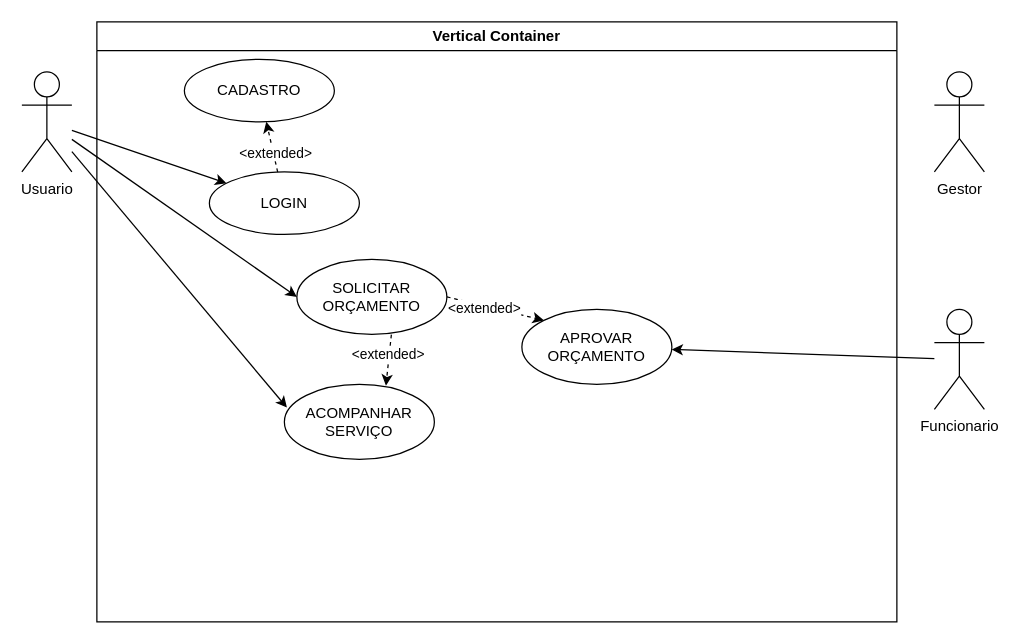
The draw.io diagram Diagrama sem nome.drawio in VyttorRamos/Projetos_ADS_CJO, before the edit. Source tidied: cells renumbered, new cells numbered last; positions are measured from the earlier drawing's top-left corner, leaving out a move shared by most shapes. Both pictures are drawn from the tidied source at 125%, with x=0, y=0 at pixel (21, 21).
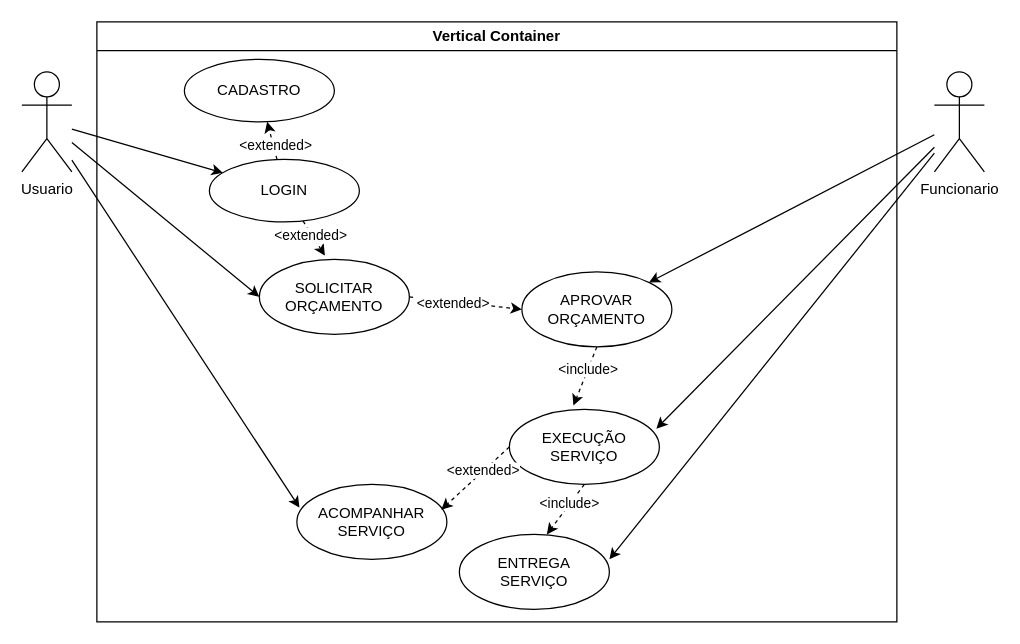
The same page after the edit.

Unchanged cells that the change refers to:
```xml
<mxCell id="2" value="Vertical Container" style="swimlane;whiteSpace=wrap;html=1;" parent="1" vertex="1">
  <mxGeometry x="60" width="640" height="480" as="geometry" />
</mxCell>
```

The edit, as a diff of the source:
```diff
@@
     <mxCell id="3" value="LOGIN" style="ellipse;whiteSpace=wrap;html=1;" parent="2" vertex="1">
-      <mxGeometry x="90" y="120" width="120" height="50" as="geometry" />
+      <mxGeometry x="90" y="110" width="120" height="50" as="geometry" />
     </mxCell>
@@
     <mxCell id="7" value="SOLICITAR&lt;div&gt;ORÇAMENTO&lt;/div&gt;" style="ellipse;whiteSpace=wrap;html=1;" parent="2" vertex="1">
-      <mxGeometry x="160" y="190" width="120" height="60" as="geometry" />
+      <mxGeometry x="130" y="190" width="120" height="60" as="geometry" />
     </mxCell>
     <mxCell id="8" value="ACOMPANHAR SERVIÇO" style="ellipse;whiteSpace=wrap;html=1;" parent="2" vertex="1">
-      <mxGeometry x="150" y="290" width="120" height="60" as="geometry" />
+      <mxGeometry x="160" y="370" width="120" height="60" as="geometry" />
     </mxCell>
     <mxCell id="9" value="APROVAR&lt;div&gt;ORÇAMENTO&lt;/div&gt;" style="ellipse;whiteSpace=wrap;html=1;" parent="2" vertex="1">
-      <mxGeometry x="340" y="230" width="120" height="60" as="geometry" />
+      <mxGeometry x="340" y="200" width="120" height="60" as="geometry" />
     </mxCell>
-    <mxCell id="10" style="endArrow=classic;html=1;rounded=0;dashed=1;exitX=1;exitY=0.5;exitDx=0;exitDy=0;entryX=0;entryY=0;entryDx=0;entryDy=0;" parent="2" edge="1" source="7" target="9">
+    <mxCell id="10" style="endArrow=classic;html=1;rounded=0;dashed=1;exitX=1;exitY=0.5;exitDx=0;exitDy=0;entryX=0;entryY=0.5;entryDx=0;entryDy=0;" parent="2" edge="1" source="7" target="9">
       <mxGeometry relative="1" as="geometry" />
     </mxCell>
@@
-    <mxCell id="12" style="endArrow=classic;html=1;rounded=0;dashed=1;exitX=0.63;exitY=1.003;exitDx=0;exitDy=0;entryX=0.677;entryY=0.017;entryDx=0;entryDy=0;entryPerimeter=0;exitPerimeter=0;" parent="2" edge="1" source="7" target="8">
+    <mxCell id="12" style="endArrow=classic;html=1;rounded=0;dashed=1;exitX=0.5;exitY=1;exitDx=0;exitDy=0;entryX=0.427;entryY=-0.05;entryDx=0;entryDy=0;entryPerimeter=0;" parent="2" edge="1" source="9" target="23">
       <mxGeometry relative="1" as="geometry" />
     </mxCell>
-    <mxCell id="13" value="&amp;lt;extended&amp;gt;" style="edgeLabel;html=1;align=center;verticalAlign=middle;" parent="12" vertex="1">
+    <mxCell id="13" value="&amp;lt;include&amp;gt;" style="edgeLabel;html=1;align=center;verticalAlign=middle;" parent="12" vertex="1">
       <mxGeometry x="-0.23" y="-1" relative="1" as="geometry" />
     </mxCell>
+    <mxCell id="21" style="endArrow=classic;html=1;rounded=0;dashed=1;entryX=0.437;entryY=-0.05;entryDx=0;entryDy=0;entryPerimeter=0;" parent="2" edge="1" source="3" target="7">
+      <mxGeometry relative="1" as="geometry" />
+    </mxCell>
+    <mxCell id="22" value="&amp;lt;extended&amp;gt;" style="edgeLabel;html=1;align=center;verticalAlign=middle;" parent="21" vertex="1">
+      <mxGeometry x="-0.23" y="-1" relative="1" as="geometry" />
+    </mxCell>
+    <mxCell id="23" value="EXECUÇÃO&lt;div&gt;SERVIÇO&lt;/div&gt;" style="ellipse;whiteSpace=wrap;html=1;" parent="2" vertex="1">
+      <mxGeometry x="330" y="310" width="120" height="60" as="geometry" />
+    </mxCell>
+    <mxCell id="24" style="endArrow=classic;html=1;rounded=0;dashed=1;exitX=0;exitY=0.5;exitDx=0;exitDy=0;entryX=0.963;entryY=0.337;entryDx=0;entryDy=0;entryPerimeter=0;" parent="2" edge="1" source="23" target="8">
+      <mxGeometry relative="1" as="geometry" />
+    </mxCell>
+    <mxCell id="25" value="&amp;lt;extended&amp;gt;" style="edgeLabel;html=1;align=center;verticalAlign=middle;" parent="24" vertex="1">
+      <mxGeometry x="-0.23" y="-1" relative="1" as="geometry" />
+    </mxCell>
+    <mxCell id="26" value="ENTREGA&lt;div&gt;SERVIÇO&lt;/div&gt;" style="ellipse;whiteSpace=wrap;html=1;" parent="2" vertex="1">
+      <mxGeometry x="290" y="410" width="120" height="60" as="geometry" />
+    </mxCell>
+    <mxCell id="27" style="endArrow=classic;html=1;rounded=0;dashed=1;exitX=0.5;exitY=1;exitDx=0;exitDy=0;entryX=0.583;entryY=0;entryDx=0;entryDy=0;entryPerimeter=0;" parent="2" edge="1" source="23" target="26">
+      <mxGeometry relative="1" as="geometry" />
+    </mxCell>
+    <mxCell id="28" value="&amp;lt;include&amp;gt;" style="edgeLabel;html=1;align=center;verticalAlign=middle;" parent="27" vertex="1">
+      <mxGeometry x="-0.23" y="-1" relative="1" as="geometry" />
+    </mxCell>
     <mxCell id="14" value="Funcionario" style="shape=umlActor;verticalLabelPosition=bottom;verticalAlign=top;html=1;outlineConnect=0;" parent="1" vertex="1">
-      <mxGeometry x="730" y="230" width="40" height="80" as="geometry" />
+      <mxGeometry x="730" y="40" width="40" height="80" as="geometry" />
     </mxCell>
-    <mxCell id="15" value="Gestor" style="shape=umlActor;verticalLabelPosition=bottom;verticalAlign=top;html=1;" parent="1" vertex="1">
-      <mxGeometry x="730" y="40" width="40" height="80" as="geometry" />
-    </mxCell>
@@
+    <mxCell id="29" style="endArrow=classic;html=1;rounded=0;entryX=0.98;entryY=0.257;entryDx=0;entryDy=0;entryPerimeter=0;" parent="1" edge="1" source="14" target="23">
+      <mxGeometry relative="1" as="geometry" />
+    </mxCell>
+    <mxCell id="30" style="endArrow=classic;html=1;rounded=0;entryX=1;entryY=0.333;entryDx=0;entryDy=0;entryPerimeter=0;" parent="1" edge="1" source="14" target="26">
+      <mxGeometry relative="1" as="geometry" />
+    </mxCell>
```
